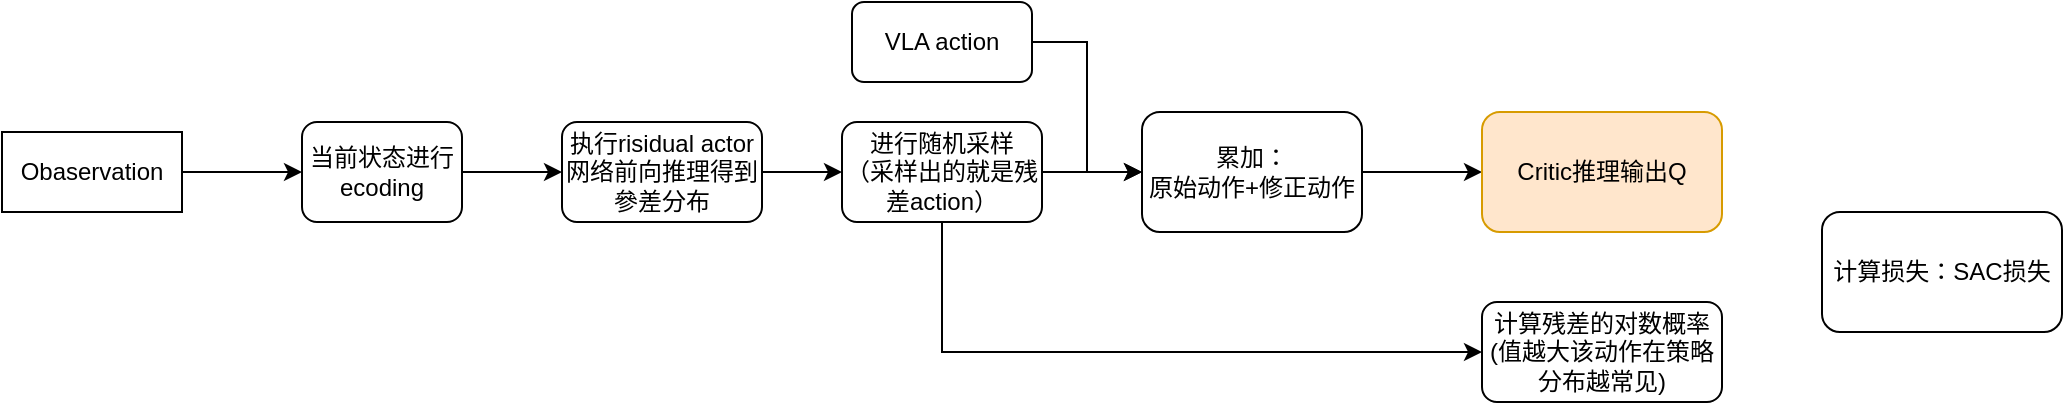
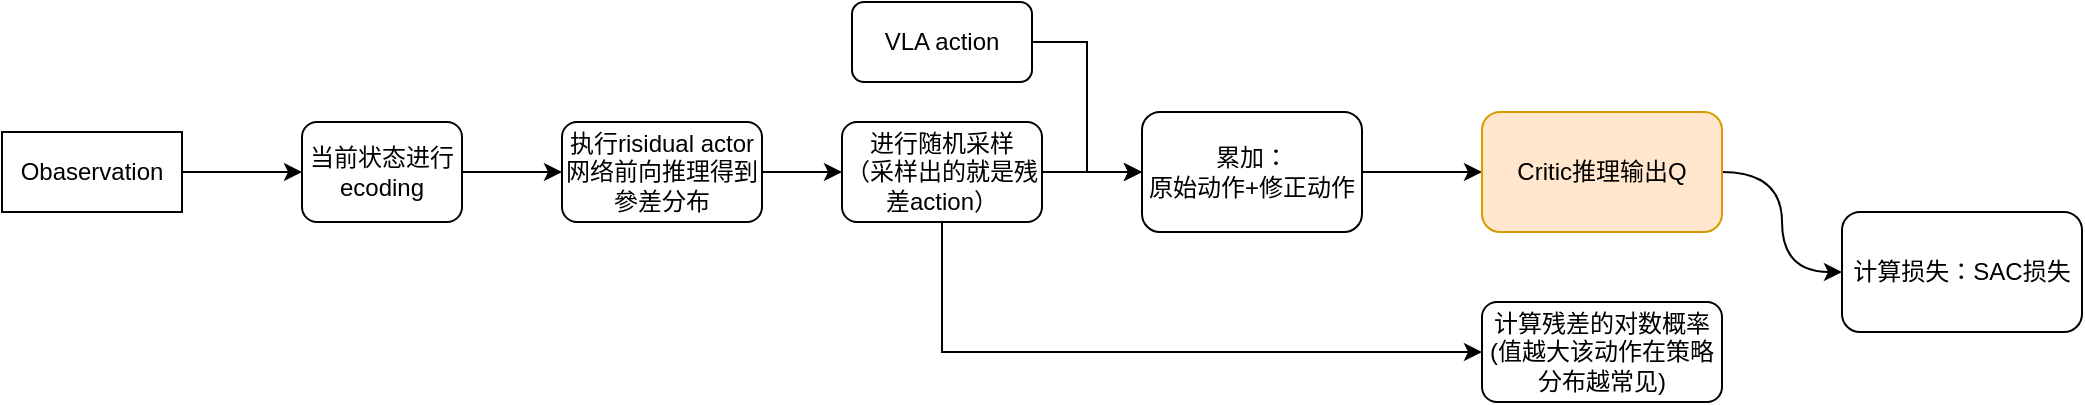
<mxfile host="app.diagrams.net">
  <diagram name="第 1 页" id="Xl2nalXjscSPXPMrPieM">
    <mxGraphModel dx="1223" dy="1125" grid="1" gridSize="10" guides="1" tooltips="1" connect="1" arrows="1" fold="1" page="1" pageScale="1" pageWidth="827" pageHeight="1169" math="0" shadow="0">
      <root>
        <mxCell id="0" />
        <mxCell id="1" parent="0" />
        <mxCell id="5m5IZYSdE89hOnIhnB_D-3" edge="1" parent="1" source="5m5IZYSdE89hOnIhnB_D-1" style="edgeStyle=orthogonalEdgeStyle;rounded=0;orthogonalLoop=1;jettySize=auto;html=1;" target="5m5IZYSdE89hOnIhnB_D-2" value="">
          <mxGeometry relative="1" as="geometry" />
        </mxCell>
        <mxCell id="5m5IZYSdE89hOnIhnB_D-1" parent="1" style="rounded=1;whiteSpace=wrap;html=1;" value="当前状态进行ecoding" vertex="1">
          <mxGeometry height="50" width="80" x="110" y="300" as="geometry" />
        </mxCell>
        <mxCell id="5m5IZYSdE89hOnIhnB_D-5" edge="1" parent="1" source="5m5IZYSdE89hOnIhnB_D-2" style="edgeStyle=orthogonalEdgeStyle;rounded=0;orthogonalLoop=1;jettySize=auto;html=1;" target="5m5IZYSdE89hOnIhnB_D-4" value="">
          <mxGeometry relative="1" as="geometry" />
        </mxCell>
        <mxCell id="5m5IZYSdE89hOnIhnB_D-2" parent="1" style="rounded=1;whiteSpace=wrap;html=1;" value="执行risidual actor网络前向推理得到參差分布" vertex="1">
          <mxGeometry height="50" width="100" x="240" y="300" as="geometry" />
        </mxCell>
        <mxCell id="5m5IZYSdE89hOnIhnB_D-7" edge="1" parent="1" source="5m5IZYSdE89hOnIhnB_D-4" style="edgeStyle=orthogonalEdgeStyle;rounded=0;orthogonalLoop=1;jettySize=auto;html=1;exitX=0.5;exitY=1;exitDx=0;exitDy=0;entryX=0;entryY=0.5;entryDx=0;entryDy=0;" target="5m5IZYSdE89hOnIhnB_D-6" value="">
          <mxGeometry relative="1" as="geometry" />
        </mxCell>
        <mxCell id="5m5IZYSdE89hOnIhnB_D-14" edge="1" parent="1" source="5m5IZYSdE89hOnIhnB_D-4" style="edgeStyle=orthogonalEdgeStyle;rounded=0;orthogonalLoop=1;jettySize=auto;html=1;exitX=1;exitY=0.5;exitDx=0;exitDy=0;entryX=0;entryY=0.5;entryDx=0;entryDy=0;" target="5m5IZYSdE89hOnIhnB_D-12">
          <mxGeometry relative="1" as="geometry" />
        </mxCell>
        <mxCell id="5m5IZYSdE89hOnIhnB_D-4" parent="1" style="rounded=1;whiteSpace=wrap;html=1;" value="进行随机采样&lt;br&gt;（采样出的就是残差action）" vertex="1">
          <mxGeometry height="50" width="100" x="380" y="300" as="geometry" />
        </mxCell>
        <mxCell id="5m5IZYSdE89hOnIhnB_D-6" parent="1" style="rounded=1;whiteSpace=wrap;html=1;" value="计算残差的对数概率&lt;br&gt;(值越大该动作在策略分布越常见)" vertex="1">
          <mxGeometry height="50" width="120" x="700" y="390" as="geometry" />
        </mxCell>
        <mxCell id="5m5IZYSdE89hOnIhnB_D-9" edge="1" parent="1" source="5m5IZYSdE89hOnIhnB_D-8" style="edgeStyle=orthogonalEdgeStyle;rounded=0;orthogonalLoop=1;jettySize=auto;html=1;exitX=1;exitY=0.5;exitDx=0;exitDy=0;entryX=0;entryY=0.5;entryDx=0;entryDy=0;" target="5m5IZYSdE89hOnIhnB_D-1">
          <mxGeometry relative="1" as="geometry" />
        </mxCell>
        <mxCell id="5m5IZYSdE89hOnIhnB_D-8" parent="1" style="rounded=0;whiteSpace=wrap;html=1;" value="Obaservation" vertex="1">
          <mxGeometry height="40" width="90" x="-40" y="305" as="geometry" />
        </mxCell>
        <mxCell id="5m5IZYSdE89hOnIhnB_D-13" edge="1" parent="1" source="5m5IZYSdE89hOnIhnB_D-10" style="edgeStyle=orthogonalEdgeStyle;rounded=0;orthogonalLoop=1;jettySize=auto;html=1;exitX=1;exitY=0.5;exitDx=0;exitDy=0;entryX=0;entryY=0.5;entryDx=0;entryDy=0;" target="5m5IZYSdE89hOnIhnB_D-12">
          <mxGeometry relative="1" as="geometry" />
        </mxCell>
        <mxCell id="5m5IZYSdE89hOnIhnB_D-10" parent="1" style="rounded=1;whiteSpace=wrap;html=1;" value="VLA action" vertex="1">
          <mxGeometry height="40" width="90" x="385" y="240" as="geometry" />
        </mxCell>
        <mxCell id="5m5IZYSdE89hOnIhnB_D-16" edge="1" parent="1" source="5m5IZYSdE89hOnIhnB_D-12" style="edgeStyle=orthogonalEdgeStyle;rounded=0;orthogonalLoop=1;jettySize=auto;html=1;exitX=1;exitY=0.5;exitDx=0;exitDy=0;entryX=0;entryY=0.5;entryDx=0;entryDy=0;" target="5m5IZYSdE89hOnIhnB_D-15">
          <mxGeometry relative="1" as="geometry" />
        </mxCell>
        <mxCell id="5m5IZYSdE89hOnIhnB_D-12" parent="1" style="rounded=1;whiteSpace=wrap;html=1;" value="累加：&lt;br&gt;原始动作+修正动作" vertex="1">
          <mxGeometry height="60" width="110" x="530" y="295" as="geometry" />
        </mxCell>
+         <mxCell id="5m5IZYSdE89hOnIhnB_D-18" edge="1" parent="1" source="5m5IZYSdE89hOnIhnB_D-15" style="edgeStyle=orthogonalEdgeStyle;rounded=0;orthogonalLoop=1;jettySize=auto;html=1;exitX=1;exitY=0.5;exitDx=0;exitDy=0;entryX=0;entryY=0.5;entryDx=0;entryDy=0;curved=1;" target="5m5IZYSdE89hOnIhnB_D-17">
+           <mxGeometry relative="1" as="geometry" />
+         </mxCell>
        <mxCell id="5m5IZYSdE89hOnIhnB_D-15" parent="1" style="rounded=1;whiteSpace=wrap;html=1;fillColor=#ffe6cc;strokeColor=#d79b00;" value="Critic推理输出Q" vertex="1">
          <mxGeometry height="60" width="120" x="700" y="295" as="geometry" />
        </mxCell>
        <mxCell id="5m5IZYSdE89hOnIhnB_D-17" parent="1" style="rounded=1;whiteSpace=wrap;html=1;" value="计算损失：SAC损失" vertex="1">
-           <mxGeometry height="60" width="120" x="870" y="345" as="geometry" />
+           <mxGeometry height="60" width="120" x="880" y="345" as="geometry" />
        </mxCell>
      </root>
    </mxGraphModel>
  </diagram>
</mxfile>
